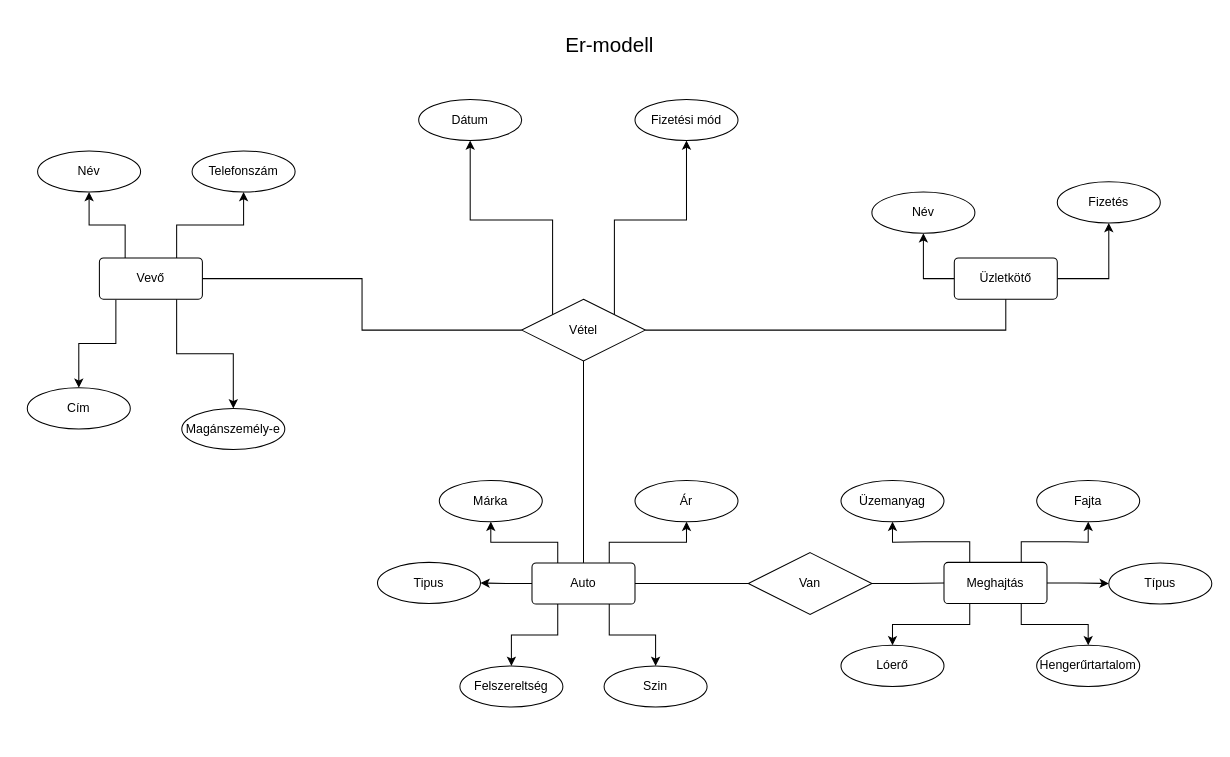
Earlier version of the draw.io diagram page "ER-modell" (1 of 3) of BEADANDO/Modellek.drawio (Horvath-B/adatbazisok). Source tidied: cells renumbered, new cells numbered last; positions are measured from the earlier drawing's top-left corner, leaving out a move shared by most shapes. Both pictures are drawn from the tidied source at 103%, with x=0, y=0 at pixel (27, 18).
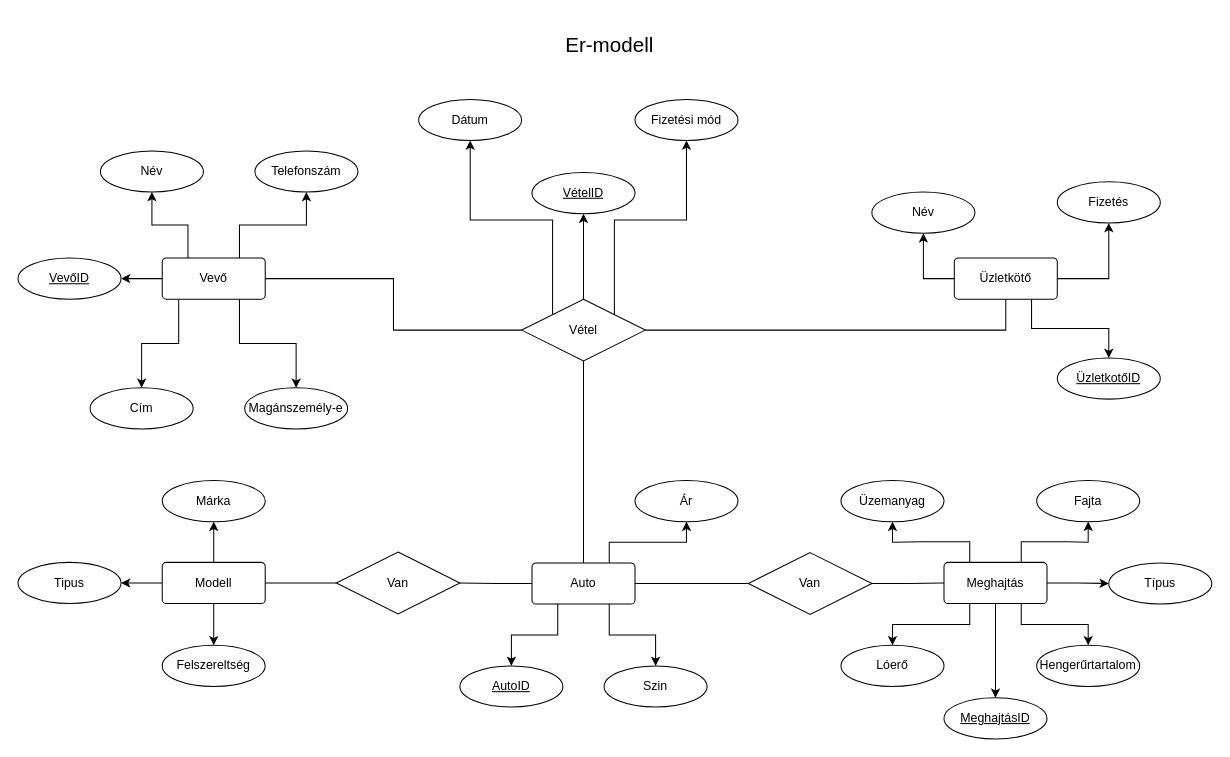
The same diagram, later.

Unchanged cells that the change refers to:
```xml
<mxCell id="9" value="Üzletkötő" style="rounded=1;arcSize=10;whiteSpace=wrap;html=1;align=center;" parent="1" vertex="1">
  <mxGeometry x="900" y="233" width="100" height="40" as="geometry" />
</mxCell>
<mxCell id="17" value="Auto" style="rounded=1;arcSize=10;whiteSpace=wrap;html=1;align=center;" parent="1" vertex="1">
  <mxGeometry x="490" y="529" width="100" height="40" as="geometry" />
</mxCell>
<mxCell id="22" value="Vétel" style="shape=rhombus;perimeter=rhombusPerimeter;whiteSpace=wrap;html=1;align=center;" parent="1" vertex="1">
  <mxGeometry x="480" y="273" width="120" height="60" as="geometry" />
</mxCell>
<mxCell id="36" value="Meghajtás" style="rounded=1;arcSize=10;whiteSpace=wrap;html=1;align=center;" parent="1" vertex="1">
  <mxGeometry x="890" y="528.5" width="100" height="40" as="geometry" />
</mxCell>
```

Change to the diagram source:
```diff
@@
+    <mxCell id="50" style="edgeStyle=orthogonalEdgeStyle;rounded=0;jettySize=auto;html=1;exitX=0;exitY=0.5;exitDx=0;exitDy=0;" parent="1" edge="1" source="6" target="54">
+      <mxGeometry relative="1" as="geometry" />
+    </mxCell>
     <mxCell id="6" value="Vevő" style="rounded=1;arcSize=10;whiteSpace=wrap;html=1;align=center;" parent="1" vertex="1">
-      <mxGeometry x="70" y="233" width="100" height="40" as="geometry" />
+      <mxGeometry x="131" y="233" width="100" height="40" as="geometry" />
     </mxCell>
@@
+    <mxCell id="51" style="edgeStyle=orthogonalEdgeStyle;rounded=0;jettySize=auto;html=1;exitX=0.75;exitY=1;exitDx=0;exitDy=0;" parent="1" edge="1" source="9" target="56">
+      <mxGeometry relative="1" as="geometry" />
+    </mxCell>
@@
-    <mxCell id="12" style="edgeStyle=orthogonalEdgeStyle;rounded=0;jettySize=auto;html=1;exitX=0;exitY=0.5;exitDx=0;exitDy=0;" parent="1" edge="1" source="17" target="37">
+    <mxCell id="12" style="edgeStyle=orthogonalEdgeStyle;rounded=0;jettySize=auto;html=1;exitX=0;exitY=0.5;exitDx=0;exitDy=0;endArrow=none;startFill=0;" parent="1" edge="1" source="17" target="60">
       <mxGeometry relative="1" as="geometry" />
     </mxCell>
-    <mxCell id="13" style="edgeStyle=orthogonalEdgeStyle;rounded=0;jettySize=auto;html=1;exitX=0.25;exitY=0;exitDx=0;exitDy=0;" parent="1" edge="1" source="17" target="38">
-      <mxGeometry relative="1" as="geometry" />
-    </mxCell>
@@
+    <mxCell id="52" style="edgeStyle=orthogonalEdgeStyle;rounded=0;jettySize=auto;html=1;exitX=0.5;exitY=0;exitDx=0;exitDy=0;" parent="1" edge="1" source="22" target="55">
+      <mxGeometry relative="1" as="geometry" />
+    </mxCell>
@@
     <mxCell id="25" value="Név" style="ellipse;whiteSpace=wrap;html=1;align=center;" parent="1" vertex="1">
-      <mxGeometry x="10" y="129" width="100" height="40" as="geometry" />
+      <mxGeometry x="71" y="129" width="100" height="40" as="geometry" />
     </mxCell>
     <mxCell id="26" value="Telefonszám" style="ellipse;whiteSpace=wrap;html=1;align=center;" parent="1" vertex="1">
-      <mxGeometry x="160" y="129" width="100" height="40" as="geometry" />
+      <mxGeometry x="221" y="129" width="100" height="40" as="geometry" />
     </mxCell>
     <mxCell id="27" value="Cím" style="ellipse;whiteSpace=wrap;html=1;align=center;" parent="1" vertex="1">
-      <mxGeometry y="359" width="100" height="40" as="geometry" />
+      <mxGeometry x="61" y="359" width="100" height="40" as="geometry" />
     </mxCell>
     <mxCell id="28" value="Magánszemély-e" style="ellipse;whiteSpace=wrap;html=1;align=center;" parent="1" vertex="1">
-      <mxGeometry x="150" y="379" width="100" height="40" as="geometry" />
+      <mxGeometry x="211" y="359" width="100" height="40" as="geometry" />
     </mxCell>
@@
+    <mxCell id="53" style="edgeStyle=orthogonalEdgeStyle;rounded=0;jettySize=auto;html=1;exitX=0.5;exitY=1;exitDx=0;exitDy=0;" parent="1" edge="1" source="36" target="57">
+      <mxGeometry relative="1" as="geometry" />
+    </mxCell>
@@
-    <mxCell id="37" value="Tipus" style="ellipse;whiteSpace=wrap;html=1;align=center;" parent="1" vertex="1">
-      <mxGeometry x="340" y="528.5" width="100" height="40" as="geometry" />
-    </mxCell>
-    <mxCell id="38" value="Márka" style="ellipse;whiteSpace=wrap;html=1;align=center;" parent="1" vertex="1">
-      <mxGeometry x="400" y="449" width="100" height="40" as="geometry" />
-    </mxCell>
@@
-    <mxCell id="41" value="Felszereltség" style="ellipse;whiteSpace=wrap;html=1;align=center;" parent="1" vertex="1">
+    <mxCell id="41" value="AutoID" style="ellipse;whiteSpace=wrap;html=1;align=center;fontStyle=4;" parent="1" vertex="1">
       <mxGeometry x="420" y="629" width="100" height="40" as="geometry" />
     </mxCell>
@@
+    <mxCell id="54" value="VevőID" style="ellipse;whiteSpace=wrap;html=1;align=center;fontStyle=4;" parent="1" vertex="1">
+      <mxGeometry x="-9" y="233" width="100" height="40" as="geometry" />
+    </mxCell>
+    <mxCell id="55" value="VételID" style="ellipse;whiteSpace=wrap;html=1;align=center;fontStyle=4;" parent="1" vertex="1">
+      <mxGeometry x="490" y="150" width="100" height="40" as="geometry" />
+    </mxCell>
+    <mxCell id="56" value="ÜzletkotőID" style="ellipse;whiteSpace=wrap;html=1;align=center;fontStyle=4;" parent="1" vertex="1">
+      <mxGeometry x="1000" y="330" width="100" height="40" as="geometry" />
+    </mxCell>
+    <mxCell id="57" value="MeghajtásID" style="ellipse;whiteSpace=wrap;html=1;align=center;fontStyle=4;" parent="1" vertex="1">
+      <mxGeometry x="890" y="660" width="100" height="40" as="geometry" />
+    </mxCell>
+    <mxCell id="58" value="Felszereltség" style="ellipse;whiteSpace=wrap;html=1;align=center;" parent="1" vertex="1">
+      <mxGeometry x="131" y="609" width="100" height="40" as="geometry" />
+    </mxCell>
+    <mxCell id="38" value="Márka" style="ellipse;whiteSpace=wrap;html=1;align=center;" parent="1" vertex="1">
+      <mxGeometry x="131" y="449" width="100" height="40" as="geometry" />
+    </mxCell>
+    <mxCell id="37" value="Tipus" style="ellipse;whiteSpace=wrap;html=1;align=center;" parent="1" vertex="1">
+      <mxGeometry x="-9" y="528.5" width="100" height="40" as="geometry" />
+    </mxCell>
+    <mxCell id="59" style="edgeStyle=orthogonalEdgeStyle;rounded=0;jettySize=auto;html=1;endArrow=none;startFill=0;" parent="1" edge="1" source="60" target="64">
+      <mxGeometry relative="1" as="geometry" />
+    </mxCell>
+    <mxCell id="60" value="Van" style="shape=rhombus;perimeter=rhombusPerimeter;whiteSpace=wrap;html=1;align=center;" parent="1" vertex="1">
+      <mxGeometry x="300" y="518.5" width="120" height="60" as="geometry" />
+    </mxCell>
+    <mxCell id="61" style="edgeStyle=orthogonalEdgeStyle;rounded=0;jettySize=auto;html=1;exitX=0.5;exitY=0;exitDx=0;exitDy=0;entryX=0.5;entryY=1;entryDx=0;entryDy=0;" parent="1" edge="1" source="64" target="38">
+      <mxGeometry relative="1" as="geometry" />
+    </mxCell>
+    <mxCell id="62" style="edgeStyle=orthogonalEdgeStyle;rounded=0;jettySize=auto;html=1;exitX=0.5;exitY=1;exitDx=0;exitDy=0;entryX=0.5;entryY=0;entryDx=0;entryDy=0;" parent="1" edge="1" source="64" target="58">
+      <mxGeometry relative="1" as="geometry" />
+    </mxCell>
+    <mxCell id="63" style="edgeStyle=orthogonalEdgeStyle;rounded=0;jettySize=auto;html=1;exitX=0;exitY=0.5;exitDx=0;exitDy=0;entryX=1;entryY=0.5;entryDx=0;entryDy=0;" parent="1" edge="1" source="64" target="37">
+      <mxGeometry relative="1" as="geometry" />
+    </mxCell>
+    <mxCell id="64" value="Modell" style="rounded=1;arcSize=10;whiteSpace=wrap;html=1;align=center;" parent="1" vertex="1">
+      <mxGeometry x="131" y="528.5" width="100" height="40" as="geometry" />
+    </mxCell>
```
